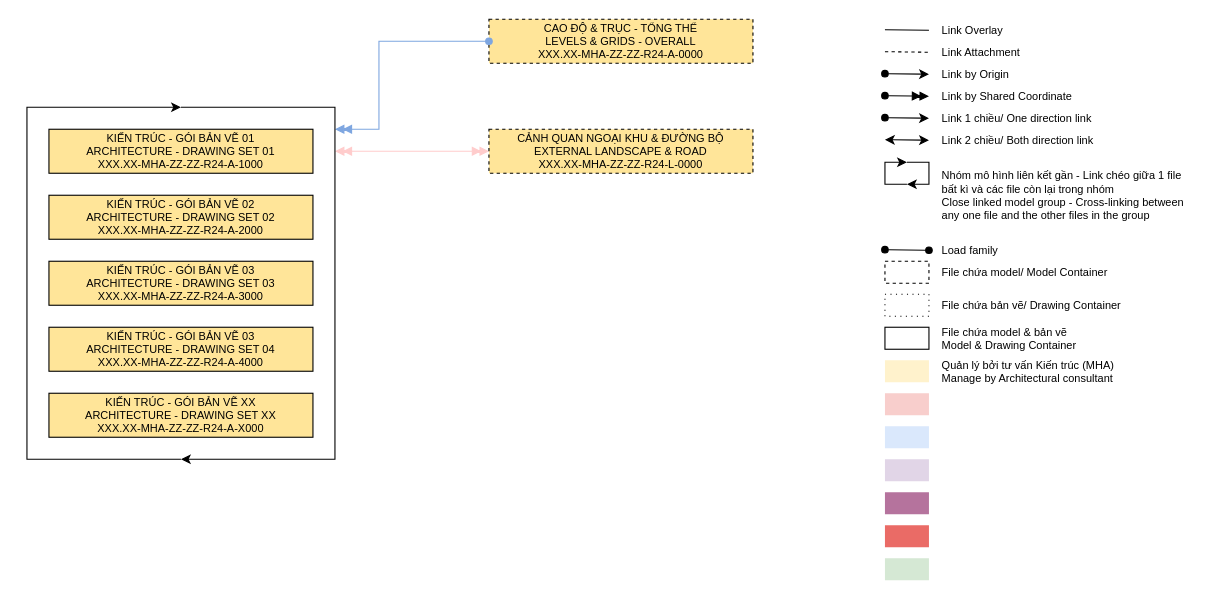
Above: Single Building_Federated Model Diagram.drawio in Trinity248/DrawIO (draw.io), before the change. Source tidied: cells renumbered, new cells numbered last; positions are measured from the earlier drawing's top-left corner, leaving out a move shared by most shapes. Both pictures are drawn from the tidied source at 110%, with x=0, y=0 at pixel (26, 19).
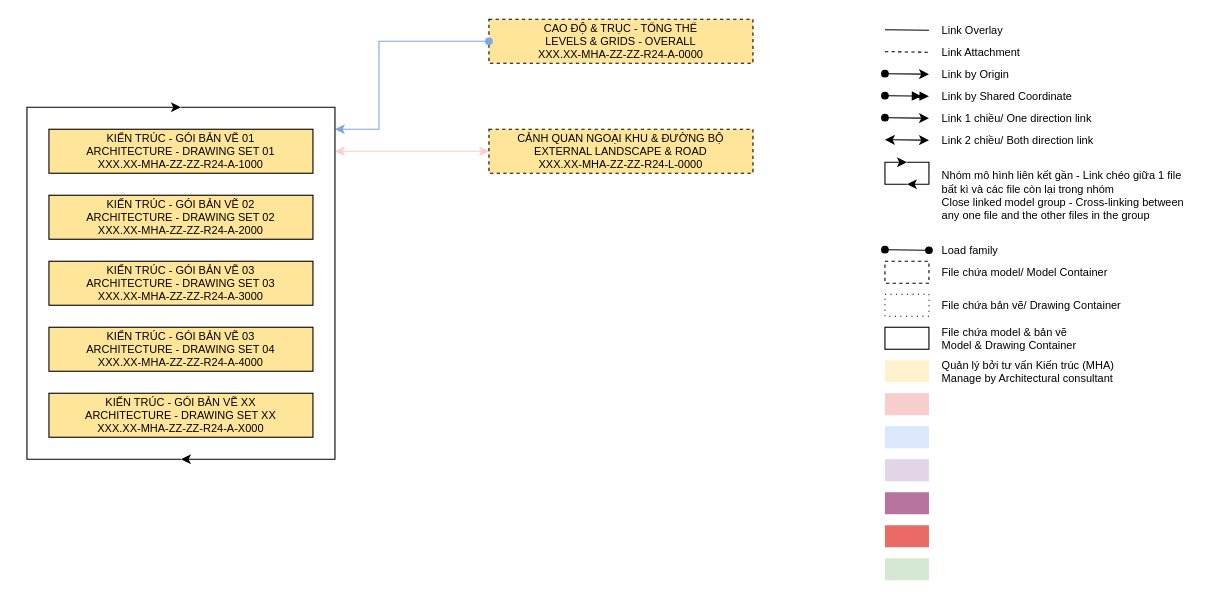
Above is the later version.

The change refers to these unchanged cells:
```xml
<mxCell id="7" value="&lt;div&gt;CẢNH QUAN NGOẠI KHU &amp;amp; ĐƯỜNG BỘ&lt;/div&gt;&lt;div&gt;EXTERNAL LANDSCAPE &amp;amp; ROAD&lt;/div&gt;&lt;div&gt;XXX.XX-MHA-ZZ-ZZ-R24-L-0000&lt;/div&gt;" style="rounded=0;whiteSpace=wrap;html=1;fillColor=#FFE599;dashed=1;fontFamily=Montserrat;fontSize=10;" parent="1" vertex="1">
  <mxGeometry x="420" y="100" width="240" height="40" as="geometry" />
</mxCell>
<mxCell id="8" value="&lt;div&gt;CAO ĐỘ &amp;amp; TRỤC - TỔNG THỂ&lt;/div&gt;&lt;div&gt;LEVELS &amp;amp; GRIDS - OVERALL&lt;/div&gt;&lt;div&gt;XXX.XX-MHA-ZZ-ZZ-R24-A-0000&lt;/div&gt;" style="rounded=0;whiteSpace=wrap;html=1;fillColor=#FFE599;dashed=1;fontFamily=Montserrat;fontSize=10;" parent="1" vertex="1">
  <mxGeometry x="420" width="240" height="40" as="geometry" />
</mxCell>
```

Diff of the diagram source:
```diff
@@
-    <mxCell id="6" style="edgeStyle=orthogonalEdgeStyle;rounded=0;jettySize=auto;html=1;exitX=0;exitY=0.5;exitDx=0;exitDy=0;strokeColor=#FFCCCC;endArrow=doubleBlock;endFill=1;startArrow=doubleBlock;startFill=1;" parent="1" edge="1" source="7">
+    <mxCell id="6" style="edgeStyle=orthogonalEdgeStyle;rounded=0;jettySize=auto;html=1;exitX=0;exitY=0.5;exitDx=0;exitDy=0;strokeColor=#FFCCCC;endArrow=classic;endFill=1;startArrow=classic;startFill=1;" parent="1" edge="1" source="7">
       <mxGeometry relative="1" as="geometry">
         <mxPoint x="280" y="120" as="targetPoint" />
         <Array as="points">
           <mxPoint x="380" y="120" />
           <mxPoint x="380" y="120" />
         </Array>
       </mxGeometry>
     </mxCell>
@@
-    <mxCell id="9" style="edgeStyle=orthogonalEdgeStyle;rounded=0;jettySize=auto;html=1;exitX=0;exitY=0.5;exitDx=0;exitDy=0;strokeColor=#7EA6E0;endArrow=doubleBlock;endFill=1;startArrow=oval;startFill=1;" parent="1" edge="1" source="8">
+    <mxCell id="9" style="edgeStyle=orthogonalEdgeStyle;rounded=0;jettySize=auto;html=1;exitX=0;exitY=0.5;exitDx=0;exitDy=0;strokeColor=#7EA6E0;endArrow=classic;endFill=1;startArrow=oval;startFill=1;" parent="1" edge="1" source="8">
       <mxGeometry relative="1" as="geometry">
         <mxPoint x="280" y="100" as="targetPoint" />
         <Array as="points">
           <mxPoint x="320" y="20" />
           <mxPoint x="320" y="100" />
         </Array>
       </mxGeometry>
     </mxCell>
```
